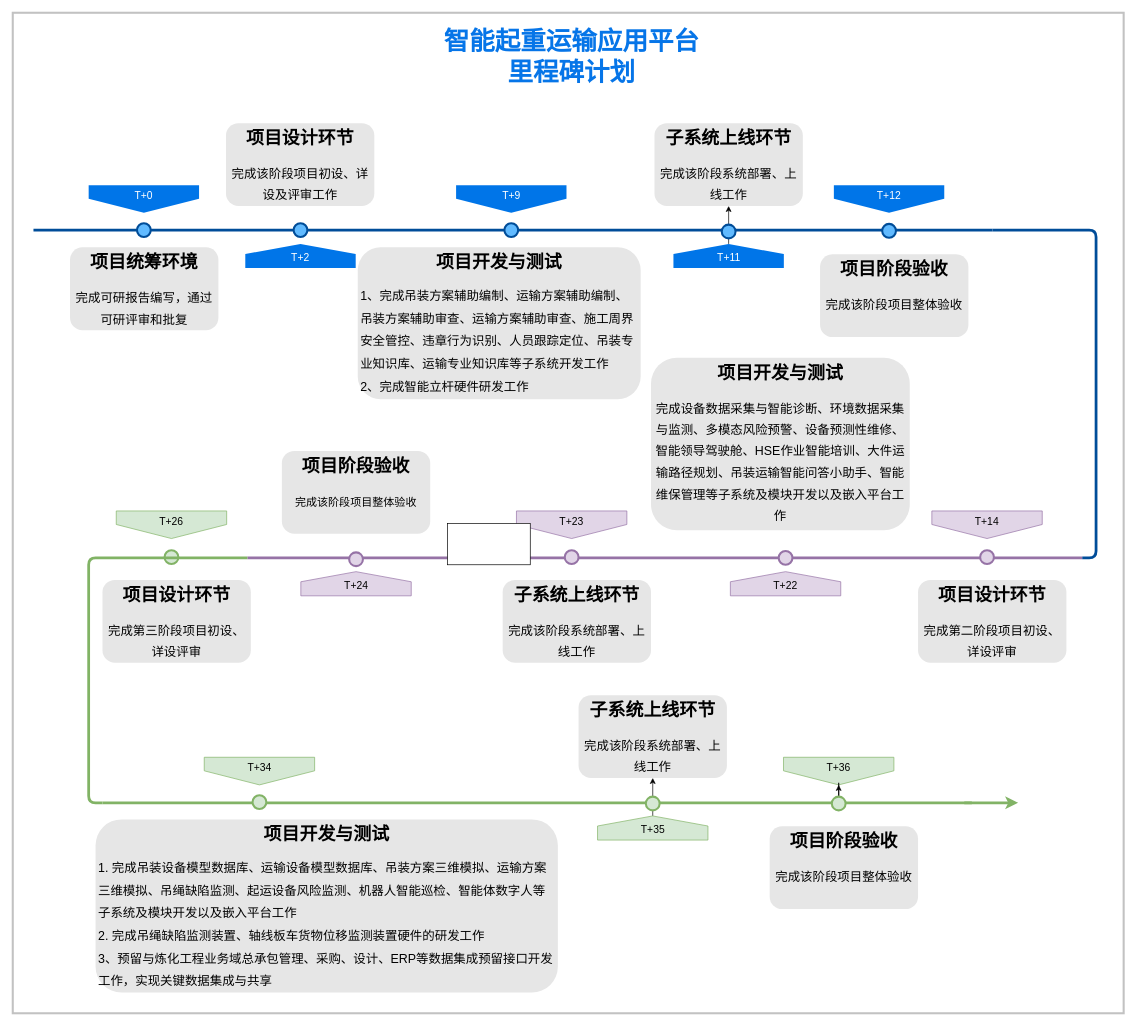
This is shihua/shihua_jieduan.drawio from wbw1990/drawio, a draw.io file, before an edit. Source tidied: cells renumbered, new cells numbered last; positions are measured from the earlier drawing's top-left corner, leaving out a move shared by most shapes. Both pictures are drawn from the tidied source at 69%, with x=0, y=0 at pixel (12, 12).
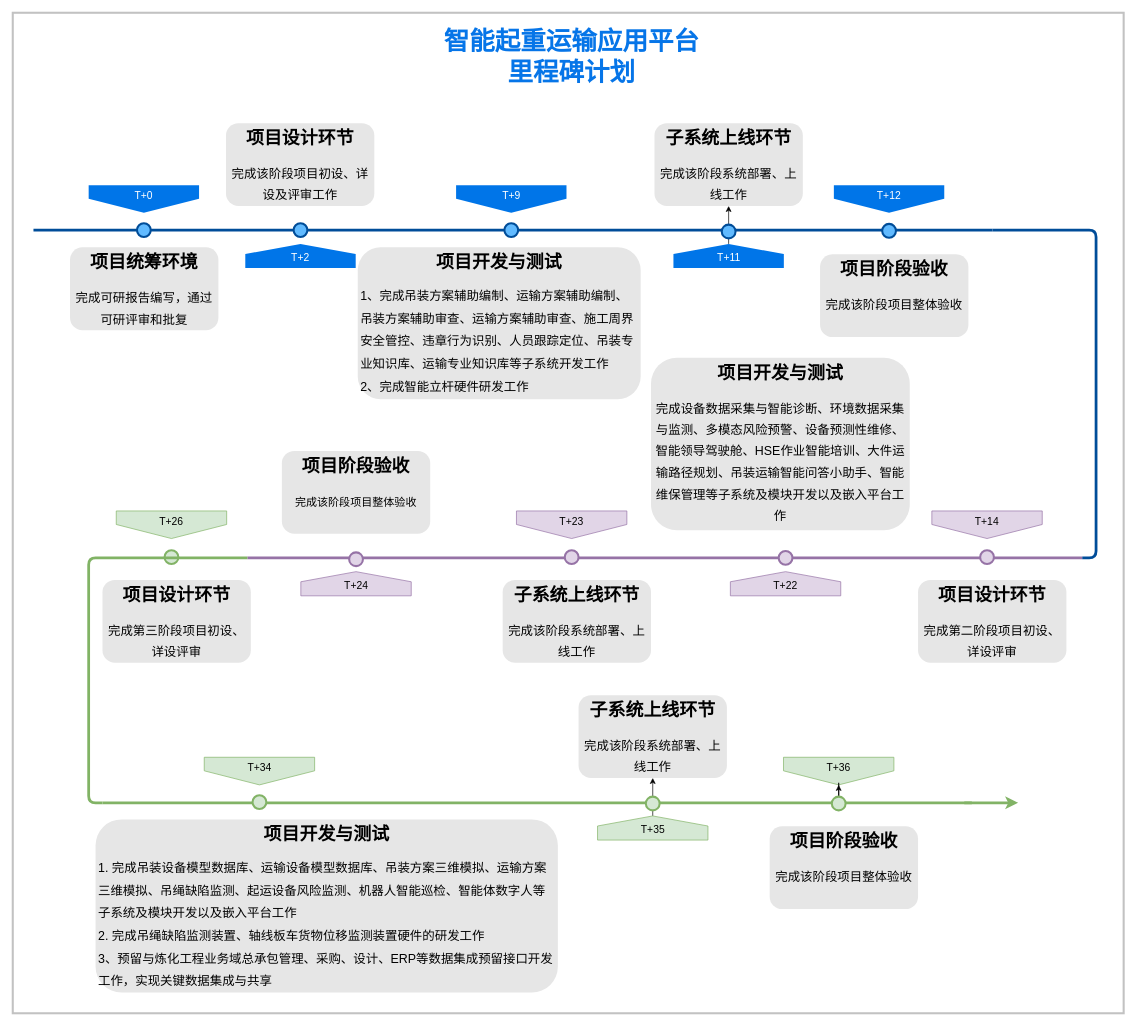
The same diagram, later.

Change to the diagram source:
```diff
@@
-    <mxCell id="51" style="rounded=0;whiteSpace=wrap;html=1;" parent="1" vertex="1">
-      <mxGeometry x="630" y="740" width="120" height="60" as="geometry" />
-    </mxCell>
```
